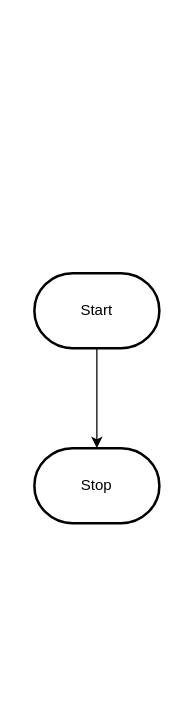
The draw.io diagram design/flowchart.drawio in MTHS-ICS2O-2-2022/ICS2O-Assignment-06-alyssia-fung, before the edit. Source tidied: cells renumbered, new cells numbered last; positions are measured from the earlier drawing's top-left corner, leaving out a move shared by most shapes. Both pictures are drawn from the tidied source at 125%, with x=0, y=0 at pixel (34, 272).
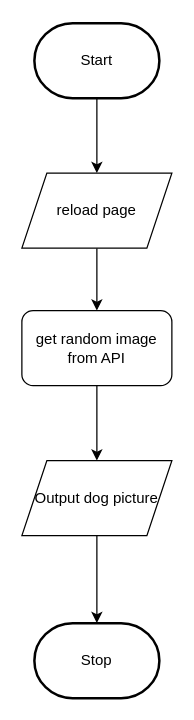
Above is the later version.

What changed in the source:
```diff
@@
 <mxGraphModel>
   <root>
     <mxCell id="0" />
     <mxCell id="1" parent="0" />
-    <mxCell id="2" style="edgeStyle=orthogonalEdgeStyle;html=1;rounded=0;" parent="1" edge="1" source="3" target="4">
-      <mxGeometry relative="1" as="geometry" />
-    </mxCell>
+    <mxCell id="5" style="edgeStyle=none;html=1;" parent="1" edge="1" source="3" target="2">
+      <mxGeometry relative="1" as="geometry" />
+    </mxCell>
     <mxCell id="3" value="Start" style="strokeWidth=2;html=1;shape=mxgraph.flowchart.terminator;whiteSpace=wrap;" parent="1" vertex="1">
-      <mxGeometry width="100" height="60" as="geometry" />
+      <mxGeometry y="-200" width="100" height="60" as="geometry" />
     </mxCell>
     <mxCell id="4" value="Stop" style="strokeWidth=2;html=1;shape=mxgraph.flowchart.terminator;whiteSpace=wrap;" parent="1" vertex="1">
-      <mxGeometry y="140" width="100" height="60" as="geometry" />
+      <mxGeometry y="280" width="100" height="60" as="geometry" />
     </mxCell>
+    <mxCell id="6" style="edgeStyle=none;html=1;" parent="1" edge="1" source="2" target="8">
+      <mxGeometry relative="1" as="geometry" />
+    </mxCell>
+    <mxCell id="2" value="reload page" style="shape=parallelogram;perimeter=parallelogramPerimeter;whiteSpace=wrap;html=1;fixedSize=1;" parent="1" vertex="1">
+      <mxGeometry x="-10" y="-80" width="120" height="60" as="geometry" />
+    </mxCell>
+    <mxCell id="7" style="edgeStyle=none;html=1;entryX=0.5;entryY=0;entryDx=0;entryDy=0;" parent="1" edge="1" source="8" target="10">
+      <mxGeometry relative="1" as="geometry" />
+    </mxCell>
+    <mxCell id="8" value="get random image from API" style="rounded=1;whiteSpace=wrap;html=1;" parent="1" vertex="1">
+      <mxGeometry x="-10" y="30" width="120" height="60" as="geometry" />
+    </mxCell>
+    <mxCell id="9" style="edgeStyle=none;html=1;" parent="1" edge="1" source="10" target="4">
+      <mxGeometry relative="1" as="geometry" />
+    </mxCell>
+    <mxCell id="10" value="Output dog picture" style="shape=parallelogram;perimeter=parallelogramPerimeter;whiteSpace=wrap;html=1;fixedSize=1;" parent="1" vertex="1">
+      <mxGeometry x="-10" y="150" width="120" height="60" as="geometry" />
+    </mxCell>
   </root>
 </mxGraphModel>
```
